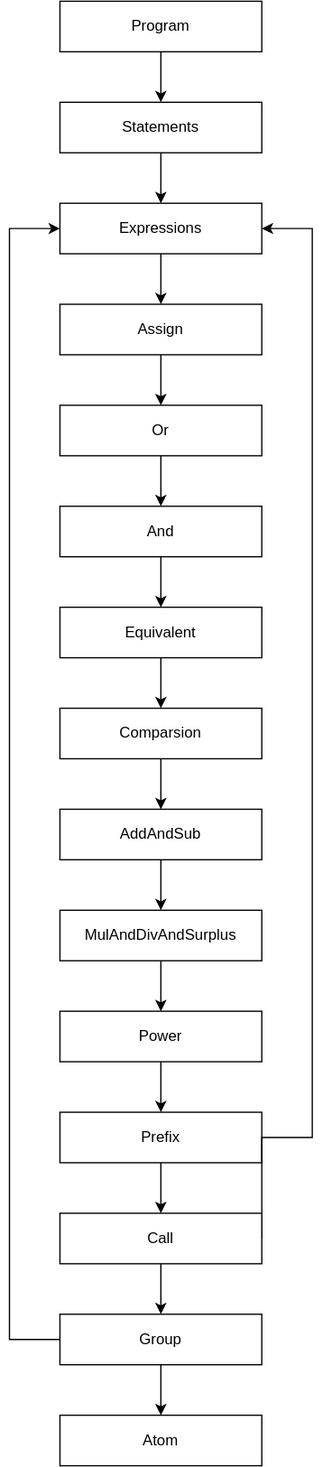
Earlier version of the draw.io export parsers.drawio.svg (kuro-lang/kuro-lang). Source tidied: cells renumbered, new cells last; positions are measured from the earlier drawing's top-left corner, leaving out a move shared by most shapes.
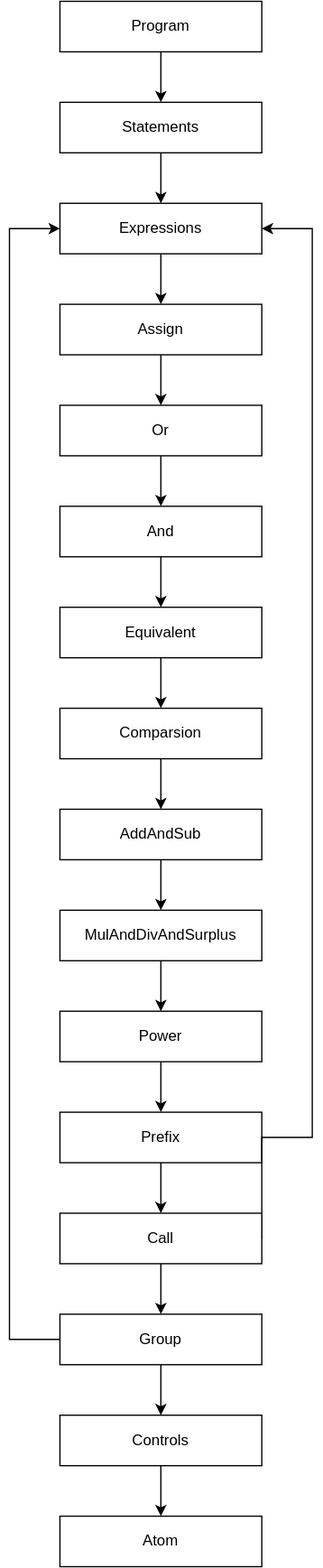
After the commit.

The edit, as a diff of the source:
```diff
@@ -82,7 +82,7 @@
     <mxCell id="26" value="Call" style="rounded=0;whiteSpace=wrap;html=1;" parent="1" vertex="1">
       <mxGeometry x="40" y="960" width="160" height="40" as="geometry" />
     </mxCell>
-    <mxCell id="27" style="edgeStyle=orthogonalEdgeStyle;rounded=0;jettySize=auto;html=1;exitX=0.5;exitY=1;exitDx=0;exitDy=0;entryX=0.5;entryY=0;entryDx=0;entryDy=0;" parent="1" edge="1" source="29" target="30">
+    <mxCell id="27" style="edgeStyle=orthogonalEdgeStyle;rounded=0;jettySize=auto;html=1;exitX=0.5;exitY=1;exitDx=0;exitDy=0;entryX=0.5;entryY=0;entryDx=0;entryDy=0;" parent="1" edge="1" source="29" target="34">
       <mxGeometry relative="1" as="geometry" />
     </mxCell>
     <mxCell id="28" style="edgeStyle=orthogonalEdgeStyle;rounded=0;jettySize=auto;html=1;exitX=0;exitY=0.5;exitDx=0;exitDy=0;entryX=0;entryY=0.5;entryDx=0;entryDy=0;" parent="1" edge="1" source="29" target="7">
@@ -97,7 +97,7 @@
       <mxGeometry x="40" y="1040" width="160" height="40" as="geometry" />
     </mxCell>
     <mxCell id="30" value="Atom" style="rounded=0;whiteSpace=wrap;html=1;" parent="1" vertex="1">
-      <mxGeometry x="40" y="1120" width="160" height="40" as="geometry" />
+      <mxGeometry x="40" y="1200" width="160" height="40" as="geometry" />
     </mxCell>
     <mxCell id="31" style="edgeStyle=orthogonalEdgeStyle;rounded=0;jettySize=auto;html=1;exitX=0.5;exitY=1;exitDx=0;exitDy=0;" parent="1" edge="1" source="32" target="13">
       <mxGeometry relative="1" as="geometry" />
@@ -105,5 +105,11 @@
     <mxCell id="32" value="And" style="rounded=0;whiteSpace=wrap;html=1;" parent="1" vertex="1">
       <mxGeometry x="40" y="400" width="160" height="40" as="geometry" />
     </mxCell>
+    <mxCell id="33" style="edgeStyle=orthogonalEdgeStyle;rounded=0;jettySize=auto;html=1;exitX=0.5;exitY=1;exitDx=0;exitDy=0;entryX=0.5;entryY=0;entryDx=0;entryDy=0;" parent="1" edge="1" source="34" target="30">
+      <mxGeometry relative="1" as="geometry" />
+    </mxCell>
+    <mxCell id="34" value="Controls" style="rounded=0;whiteSpace=wrap;html=1;" parent="1" vertex="1">
+      <mxGeometry x="40" y="1120" width="160" height="40" as="geometry" />
+    </mxCell>
   </root>
 </mxGraphModel>
```
